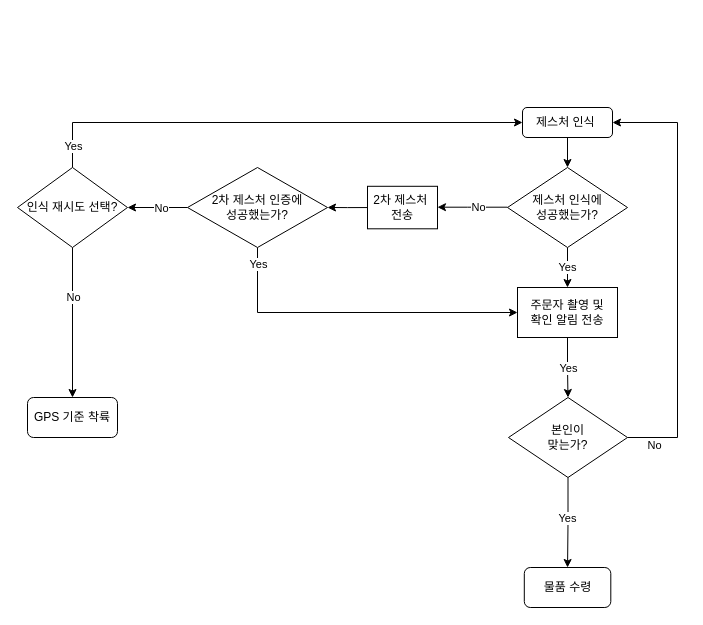
Earlier version of the draw.io diagram '23특허/제목 없는 다이어그램.drawio (giljihun/TIL). Source tidied: cells renumbered, new cells numbered last; positions are measured from the earlier drawing's top-left corner, leaving out a move shared by most shapes. Both pictures are drawn from the tidied source at 100%, with x=0, y=0 at pixel (17, 107).
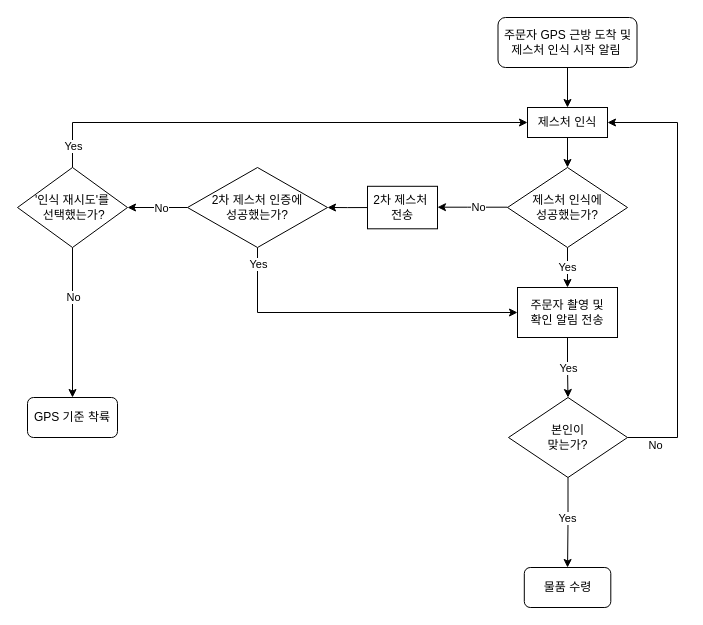
Above is the later version.

Commit message:
제목 없는 다이어그램.drawio 업데이트

Change to the diagram source:
```diff
@@
-    <mxCell id="12" value="제스처 인식&amp;nbsp;" style="rounded=1;whiteSpace=wrap;html=1;fontSize=12;glass=0;strokeWidth=1;shadow=0;" parent="1" vertex="1">
-      <mxGeometry x="505" width="90" height="30" as="geometry" />
-    </mxCell>
@@
-    <mxCell id="23" value="인식 재시도 선택?" style="rhombus;whiteSpace=wrap;html=1;" parent="1" vertex="1">
+    <mxCell id="23" value="'인식 재시도'를&lt;br&gt;&amp;nbsp;선택했는가?" style="rhombus;whiteSpace=wrap;html=1;" parent="1" vertex="1">
       <mxGeometry y="60" width="110" height="80" as="geometry" />
     </mxCell>
@@
+    <mxCell id="12" value="제스처 인식" style="rounded=0;whiteSpace=wrap;html=1;" parent="1" vertex="1">
+      <mxGeometry x="510" width="80" height="30" as="geometry" />
+    </mxCell>
+    <mxCell id="30" style="edgeStyle=orthogonalEdgeStyle;rounded=0;jettySize=auto;html=1;exitX=0.5;exitY=1;exitDx=0;exitDy=0;entryX=0.5;entryY=0;entryDx=0;entryDy=0;" parent="1" edge="1" source="31" target="12">
+      <mxGeometry relative="1" as="geometry" />
+    </mxCell>
+    <mxCell id="31" value="주문자 GPS 근방 도착 및 &lt;br&gt;제스처 인식 시작 알림&amp;nbsp;" style="rounded=1;whiteSpace=wrap;html=1;" parent="1" vertex="1">
+      <mxGeometry x="480.5" y="-90" width="139" height="50" as="geometry" />
+    </mxCell>
```
